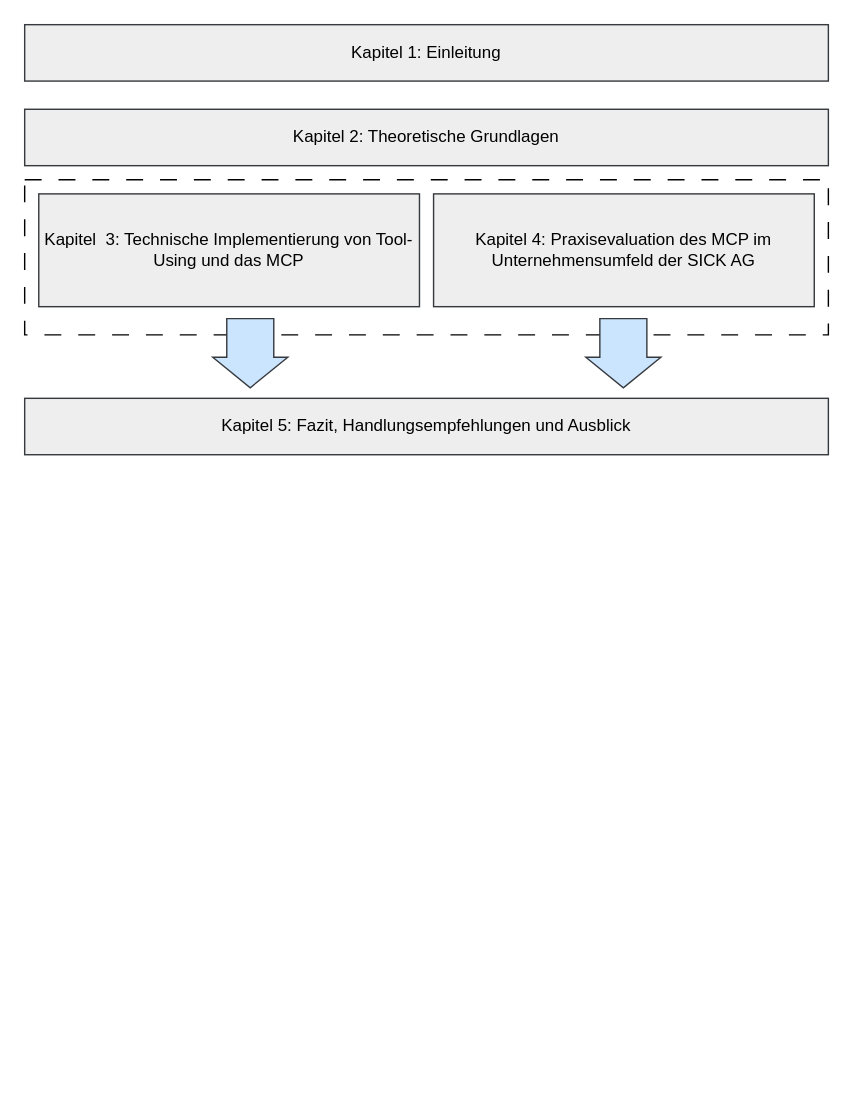
Earlier version of the draw.io diagram gliderung.drawio (blumjo99/MasterThesisDiagram). Source tidied: cells renumbered, new cells numbered last; positions are measured from the earlier drawing's top-left corner, leaving out a move shared by most shapes. Both pictures are drawn from the tidied source at 141%, with x=0, y=0 at pixel (24, 24).
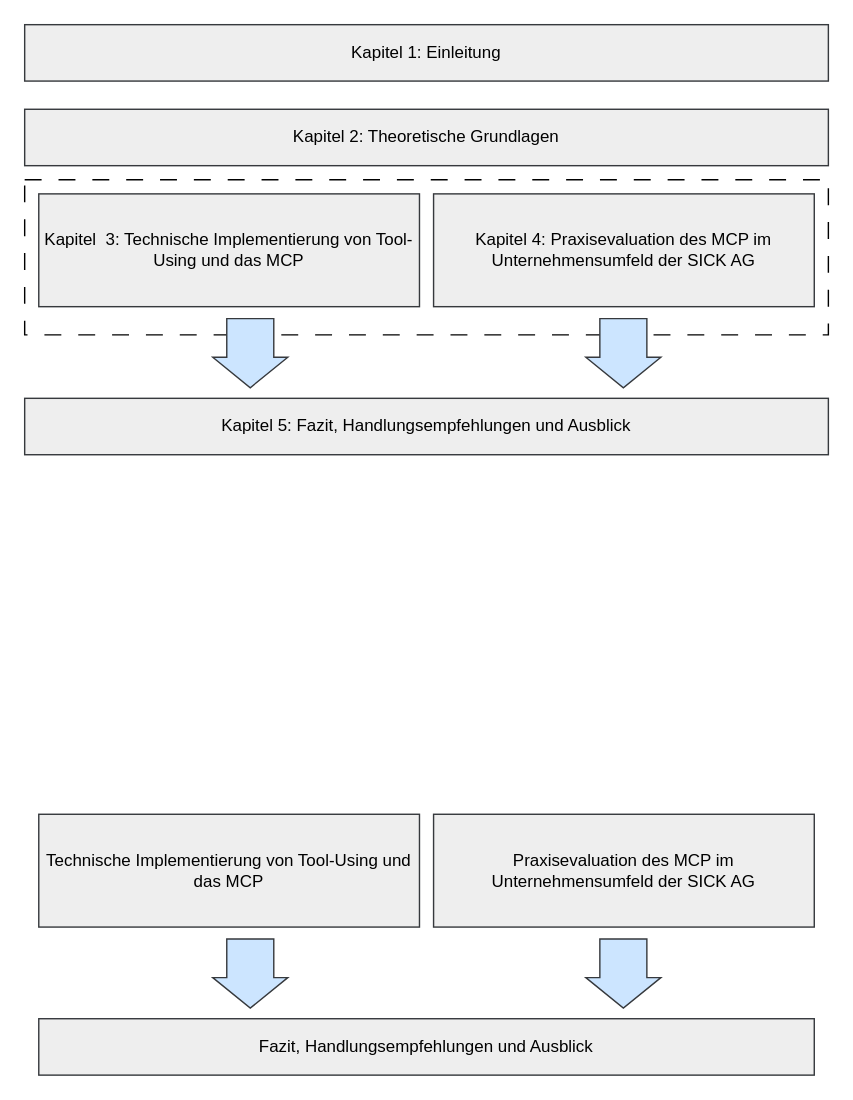
Above is the later version.

What changed in the source:
```diff
@@
 <mxGraphModel>
   <root>
     <mxCell id="0" />
     <mxCell id="1" parent="0" />
     <mxCell id="2" style="rounded=0;whiteSpace=wrap;html=1;dashed=1;dashPattern=12 12;" parent="1" vertex="1">
       <mxGeometry y="110" width="570" height="110" as="geometry" />
     </mxCell>
     <mxCell id="3" value="Kapitel 1: Einleitung" style="rounded=0;whiteSpace=wrap;html=1;fillColor=#eeeeee;strokeColor=#36393d;" parent="1" vertex="1">
       <mxGeometry width="570" height="40" as="geometry" />
     </mxCell>
     <mxCell id="4" value="Kapitel 2: Theoretische Grundlagen" style="rounded=0;whiteSpace=wrap;html=1;fillColor=#eeeeee;strokeColor=#36393d;" parent="1" vertex="1">
       <mxGeometry y="60" width="570" height="40" as="geometry" />
     </mxCell>
     <mxCell id="5" value="Kapitel&amp;nbsp; 3: Technische Implementierung von Tool-Using und das MCP" style="rounded=0;whiteSpace=wrap;html=1;fillColor=#eeeeee;strokeColor=#36393d;" parent="1" vertex="1">
       <mxGeometry x="10" y="120" width="270" height="80" as="geometry" />
     </mxCell>
     <mxCell id="6" value="&lt;div&gt;&lt;br&gt;&lt;/div&gt;&lt;div&gt;Kapitel 4: Praxisevaluation des MCP im Unternehmensumfeld der SICK AG&lt;/div&gt;&lt;div&gt;&lt;br&gt;&lt;/div&gt;" style="rounded=0;whiteSpace=wrap;html=1;fillColor=#eeeeee;strokeColor=#36393d;" parent="1" vertex="1">
       <mxGeometry x="290" y="120" width="270" height="80" as="geometry" />
     </mxCell>
     <mxCell id="7" value="Kapitel 5: Fazit, Handlungsempfehlungen und Ausblick" style="rounded=0;whiteSpace=wrap;html=1;fillColor=#eeeeee;strokeColor=#36393d;" parent="1" vertex="1">
       <mxGeometry y="265" width="570" height="40" as="geometry" />
     </mxCell>
     <mxCell id="8" style="shape=flexArrow;endArrow=classic;html=1;rounded=0;endWidth=18.88888888888889;endSize=6.891666666666667;width=33.333333333333336;fillColor=#cce5ff;strokeColor=#36393d;" parent="1" edge="1">
       <mxGeometry relative="1" as="geometry">
         <mxPoint x="424.6" y="208" as="sourcePoint" />
         <mxPoint x="424.6" y="258" as="targetPoint" />
       </mxGeometry>
     </mxCell>
     <mxCell id="9" style="shape=flexArrow;endArrow=classic;html=1;rounded=0;endWidth=18.88888888888889;endSize=6.891666666666667;width=33.333333333333336;fillColor=#cce5ff;strokeColor=#36393d;" parent="1" edge="1">
       <mxGeometry relative="1" as="geometry">
         <mxPoint x="160" y="208" as="sourcePoint" />
         <mxPoint x="160" y="258" as="targetPoint" />
       </mxGeometry>
     </mxCell>
+    <mxCell id="10" value="Technische Implementierung von Tool-Using und das MCP" style="rounded=0;whiteSpace=wrap;html=1;fillColor=#eeeeee;strokeColor=#36393d;" parent="1" vertex="1">
+      <mxGeometry x="10" y="560" width="270" height="80" as="geometry" />
+    </mxCell>
+    <mxCell id="11" value="&lt;div&gt;&lt;br&gt;&lt;/div&gt;&lt;div&gt;Praxisevaluation des MCP im Unternehmensumfeld der SICK AG&lt;/div&gt;&lt;div&gt;&lt;br&gt;&lt;/div&gt;" style="rounded=0;whiteSpace=wrap;html=1;fillColor=#eeeeee;strokeColor=#36393d;" parent="1" vertex="1">
+      <mxGeometry x="290" y="560" width="270" height="80" as="geometry" />
+    </mxCell>
+    <mxCell id="12" value="Fazit, Handlungsempfehlungen und Ausblick" style="rounded=0;whiteSpace=wrap;html=1;fillColor=#eeeeee;strokeColor=#36393d;" parent="1" vertex="1">
+      <mxGeometry x="10" y="705" width="550" height="40" as="geometry" />
+    </mxCell>
+    <mxCell id="13" style="shape=flexArrow;endArrow=classic;html=1;rounded=0;endWidth=18.88888888888889;endSize=6.891666666666667;width=33.333333333333336;fillColor=#cce5ff;strokeColor=#36393d;" parent="1" edge="1">
+      <mxGeometry relative="1" as="geometry">
+        <mxPoint x="424.6" y="648" as="sourcePoint" />
+        <mxPoint x="424.6" y="698" as="targetPoint" />
+      </mxGeometry>
+    </mxCell>
+    <mxCell id="14" style="shape=flexArrow;endArrow=classic;html=1;rounded=0;endWidth=18.88888888888889;endSize=6.891666666666667;width=33.333333333333336;fillColor=#cce5ff;strokeColor=#36393d;" parent="1" edge="1">
+      <mxGeometry relative="1" as="geometry">
+        <mxPoint x="160" y="648" as="sourcePoint" />
+        <mxPoint x="160" y="698" as="targetPoint" />
+      </mxGeometry>
+    </mxCell>
   </root>
 </mxGraphModel>
```
